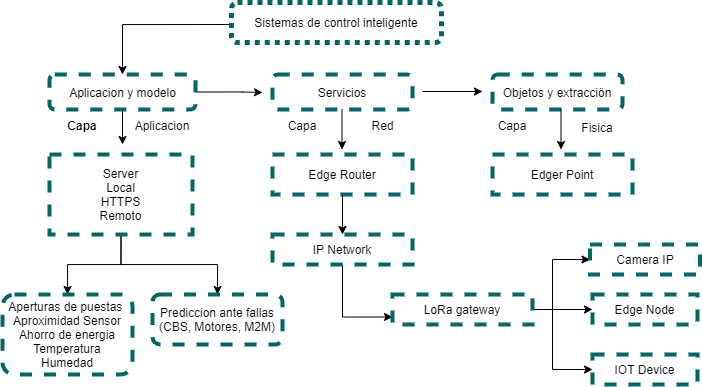
The draw.io diagram IMG/DIAGRAMA.drawio.png in Villalobos39/Sistemas_Programables, before a commit. Source tidied: cells renumbered, new cells last; positions are measured from the earlier drawing's top-left corner, leaving out a move shared by most shapes. Its diagram source:
```xml
<mxGraphModel>
  <root>
    <mxCell id="0" />
    <mxCell id="1" parent="0" />
    <mxCell id="2" style="edgeStyle=orthogonalEdgeStyle;rounded=0;jettySize=auto;html=1;exitX=0;exitY=0.5;exitDx=0;exitDy=0;entryX=0.5;entryY=0;entryDx=0;entryDy=0;" parent="1" edge="1" target="5">
      <mxGeometry relative="1" as="geometry">
        <mxPoint x="247" y="22" as="sourcePoint" />
      </mxGeometry>
    </mxCell>
    <mxCell id="3" style="edgeStyle=orthogonalEdgeStyle;rounded=0;jettySize=auto;html=1;exitX=1;exitY=0.5;exitDx=0;exitDy=0;" parent="1" edge="1" source="5">
      <mxGeometry relative="1" as="geometry">
        <mxPoint x="260" y="90" as="targetPoint" />
        <Array as="points">
          <mxPoint x="240" y="90" />
          <mxPoint x="240" y="90" />
        </Array>
      </mxGeometry>
    </mxCell>
    <mxCell id="4" style="edgeStyle=orthogonalEdgeStyle;rounded=0;jettySize=auto;html=1;exitX=0.5;exitY=1;exitDx=0;exitDy=0;" parent="1" edge="1" source="5">
      <mxGeometry relative="1" as="geometry">
        <mxPoint x="120" y="142" as="targetPoint" />
      </mxGeometry>
    </mxCell>
    <mxCell id="5" style="rounded=1;whiteSpace=wrap;html=1;dashed=1;strokeColor=#006666;strokeWidth=4;" parent="1" vertex="1">
      <mxGeometry x="47" y="72" width="146" height="35" as="geometry" />
    </mxCell>
    <mxCell id="6" value="Aplicacion y modelo" style="text;html=1;align=center;verticalAlign=middle;" parent="1" vertex="1">
      <mxGeometry x="60" y="79.5" width="120" height="20" as="geometry" />
    </mxCell>
    <mxCell id="7" style="endArrow=classic;html=1;" parent="1" edge="1">
      <mxGeometry relative="1" as="geometry">
        <mxPoint x="420" y="89" as="sourcePoint" />
        <mxPoint x="480" y="89" as="targetPoint" />
      </mxGeometry>
    </mxCell>
    <mxCell id="8" value="Servicios" style="rounded=1;whiteSpace=wrap;html=1;dashed=1;strokeColor=#006666;strokeWidth=4;" parent="1" vertex="1">
      <mxGeometry x="270" y="72" width="140" height="35" as="geometry" />
    </mxCell>
    <mxCell id="9" value="Objetos y extracciön" style="rounded=1;whiteSpace=wrap;html=1;dashed=1;strokeColor=#006666;strokeWidth=4;" parent="1" vertex="1">
      <mxGeometry x="490" y="72" width="130" height="35" as="geometry" />
    </mxCell>
    <mxCell id="10" style="endArrow=classic;html=1;" parent="1" edge="1">
      <mxGeometry relative="1" as="geometry">
        <mxPoint x="339.5" y="107" as="sourcePoint" />
        <mxPoint x="339.5" y="147" as="targetPoint" />
      </mxGeometry>
    </mxCell>
    <mxCell id="11" style="endArrow=classic;html=1;" parent="1" edge="1">
      <mxGeometry relative="1" as="geometry">
        <mxPoint x="558.5" y="107" as="sourcePoint" />
        <mxPoint x="558.5" y="147" as="targetPoint" />
      </mxGeometry>
    </mxCell>
    <mxCell id="12" value="Capa" style="text;html=1;strokeColor=none;fillColor=none;align=center;verticalAlign=middle;whiteSpace=wrap;rounded=0;dashed=1;fontStyle=1;labelBackgroundColor=#FFFFFF;fontColor=#030303;" parent="1" vertex="1">
      <mxGeometry x="60" y="113" width="40" height="20" as="geometry" />
    </mxCell>
    <mxCell id="13" value="Red" style="text;html=1;align=center;verticalAlign=middle;fontColor=#030303;labelBackgroundColor=#ffffff;" parent="1" vertex="1">
      <mxGeometry x="360" y="113" width="40" height="20" as="geometry" />
    </mxCell>
    <mxCell id="14" value="&lt;font color=&quot;#030303&quot; style=&quot;background-color: rgb(255 , 255 , 255)&quot;&gt;Aplicacion&lt;/font&gt;" style="text;html=1;strokeColor=none;fillColor=none;align=center;verticalAlign=middle;whiteSpace=wrap;rounded=0;dashed=1;" parent="1" vertex="1">
      <mxGeometry x="140" y="113" width="40" height="20" as="geometry" />
    </mxCell>
    <mxCell id="15" value="Capa" style="text;html=1;strokeColor=none;fillColor=none;align=center;verticalAlign=middle;whiteSpace=wrap;rounded=0;dashed=1;fontColor=#030303;labelBackgroundColor=#FFFFFF;" parent="1" vertex="1">
      <mxGeometry x="280" y="113" width="40" height="20" as="geometry" />
    </mxCell>
    <mxCell id="16" value="&lt;font color=&quot;#030303&quot;&gt;Capa&lt;/font&gt;" style="text;html=1;strokeColor=none;fillColor=none;align=center;verticalAlign=middle;whiteSpace=wrap;rounded=0;dashed=1;labelBackgroundColor=#ffffff;" parent="1" vertex="1">
      <mxGeometry x="490" y="113" width="40" height="20" as="geometry" />
    </mxCell>
    <mxCell id="17" value="Fisica" style="text;html=1;strokeColor=none;fillColor=none;align=center;verticalAlign=middle;whiteSpace=wrap;rounded=0;dashed=1;fontColor=#030303;labelBackgroundColor=#ffffff;" parent="1" vertex="1">
      <mxGeometry x="575" y="115" width="40" height="20" as="geometry" />
    </mxCell>
    <mxCell id="18" style="edgeStyle=orthogonalEdgeStyle;rounded=0;jettySize=auto;html=1;exitX=0.5;exitY=1;exitDx=0;exitDy=0;" parent="1" edge="1" source="20" target="33">
      <mxGeometry relative="1" as="geometry" />
    </mxCell>
    <mxCell id="19" style="edgeStyle=orthogonalEdgeStyle;rounded=0;jettySize=auto;html=1;exitX=0.5;exitY=1;exitDx=0;exitDy=0;entryX=0.5;entryY=0;entryDx=0;entryDy=0;" parent="1" edge="1" source="20" target="34">
      <mxGeometry relative="1" as="geometry" />
    </mxCell>
    <mxCell id="20" value="Server&lt;br&gt;Local&lt;br&gt;HTTPS&lt;br&gt;Remoto" style="rounded=0;whiteSpace=wrap;html=1;dashed=1;strokeColor=#006666;strokeWidth=4;" parent="1" vertex="1">
      <mxGeometry x="47" y="152" width="143" height="80" as="geometry" />
    </mxCell>
    <mxCell id="21" value="Edge Router" style="rounded=0;whiteSpace=wrap;html=1;dashed=1;strokeColor=#006666;strokeWidth=4;" parent="1" vertex="1">
      <mxGeometry x="270" y="152" width="140" height="40" as="geometry" />
    </mxCell>
    <mxCell id="22" value="Edger Point" style="rounded=0;whiteSpace=wrap;html=1;dashed=1;strokeColor=#006666;strokeWidth=4;" parent="1" vertex="1">
      <mxGeometry x="490" y="152" width="140" height="40" as="geometry" />
    </mxCell>
    <mxCell id="23" style="edgeStyle=orthogonalEdgeStyle;rounded=0;jettySize=auto;html=1;exitX=0.5;exitY=1;exitDx=0;exitDy=0;entryX=0;entryY=0.75;entryDx=0;entryDy=0;" parent="1" edge="1" source="24" target="29">
      <mxGeometry relative="1" as="geometry" />
    </mxCell>
    <mxCell id="24" value="IP Network&lt;br&gt;" style="rounded=0;whiteSpace=wrap;html=1;dashed=1;strokeColor=#006666;strokeWidth=4;" parent="1" vertex="1">
      <mxGeometry x="270" y="232" width="140" height="30" as="geometry" />
    </mxCell>
    <mxCell id="25" style="endArrow=classic;html=1;entryX=0.5;entryY=0;entryDx=0;entryDy=0;exitX=0.5;exitY=1;exitDx=0;exitDy=0;" parent="1" edge="1" source="21" target="24">
      <mxGeometry relative="1" as="geometry" />
    </mxCell>
    <mxCell id="26" style="edgeStyle=orthogonalEdgeStyle;rounded=0;jettySize=auto;html=1;exitX=1;exitY=0.5;exitDx=0;exitDy=0;entryX=0;entryY=0.5;entryDx=0;entryDy=0;" parent="1" edge="1" source="29" target="32">
      <mxGeometry relative="1" as="geometry" />
    </mxCell>
    <mxCell id="27" style="edgeStyle=orthogonalEdgeStyle;rounded=0;jettySize=auto;html=1;exitX=1;exitY=0.5;exitDx=0;exitDy=0;entryX=0;entryY=0.5;entryDx=0;entryDy=0;" parent="1" edge="1" source="29" target="31">
      <mxGeometry relative="1" as="geometry">
        <Array as="points">
          <mxPoint x="550" y="307" />
          <mxPoint x="550" y="367" />
        </Array>
      </mxGeometry>
    </mxCell>
    <mxCell id="28" style="edgeStyle=orthogonalEdgeStyle;rounded=0;jettySize=auto;html=1;exitX=1;exitY=0.5;exitDx=0;exitDy=0;entryX=0;entryY=0.5;entryDx=0;entryDy=0;" parent="1" edge="1" source="29" target="30">
      <mxGeometry relative="1" as="geometry">
        <Array as="points">
          <mxPoint x="550" y="307" />
          <mxPoint x="550" y="257" />
        </Array>
      </mxGeometry>
    </mxCell>
    <mxCell id="29" value="&lt;span style=&quot;font-family: &amp;#34;helvetica&amp;#34;&quot;&gt;LoRa gateway&lt;/span&gt;" style="rounded=0;whiteSpace=wrap;html=1;dashed=1;strokeColor=#006666;strokeWidth=4;" parent="1" vertex="1">
      <mxGeometry x="390" y="292" width="140" height="30" as="geometry" />
    </mxCell>
    <mxCell id="30" value="&lt;span style=&quot;font-family: &amp;#34;helvetica&amp;#34;&quot;&gt;Camera IP&lt;/span&gt;" style="rounded=0;whiteSpace=wrap;html=1;dashed=1;strokeColor=#006666;strokeWidth=4;" parent="1" vertex="1">
      <mxGeometry x="587.5" y="242" width="110" height="30" as="geometry" />
    </mxCell>
    <mxCell id="31" value="&lt;span style=&quot;font-family: &amp;#34;helvetica&amp;#34;&quot;&gt;IOT Device&lt;/span&gt;" style="rounded=0;whiteSpace=wrap;html=1;dashed=1;strokeColor=#006666;strokeWidth=4;" parent="1" vertex="1">
      <mxGeometry x="590" y="352" width="105" height="30" as="geometry" />
    </mxCell>
    <mxCell id="32" value="&lt;span style=&quot;font-family: &amp;#34;helvetica&amp;#34;&quot;&gt;Edge Node&lt;/span&gt;" style="rounded=0;whiteSpace=wrap;html=1;dashed=1;strokeColor=#006666;strokeWidth=4;" parent="1" vertex="1">
      <mxGeometry x="590" y="292" width="105" height="30" as="geometry" />
    </mxCell>
    <mxCell id="33" value="&lt;span&gt;Aperturas de puestas&amp;nbsp;&lt;/span&gt;&lt;br&gt;&lt;span&gt;Aproximidad Sensor&lt;/span&gt;&lt;br&gt;&lt;span&gt;Ahorro de energia&lt;/span&gt;&lt;br&gt;&lt;span&gt;Temperatura&lt;/span&gt;&lt;br&gt;&lt;span&gt;Humedad&lt;/span&gt;" style="rounded=1;whiteSpace=wrap;html=1;dashed=1;strokeColor=#006666;strokeWidth=4;" parent="1" vertex="1">
      <mxGeometry y="292" width="130" height="80" as="geometry" />
    </mxCell>
    <mxCell id="34" value="Prediccion ante fallas&lt;br&gt;(CBS, Motores, M2M)" style="rounded=1;whiteSpace=wrap;html=1;dashed=1;strokeColor=#006666;strokeWidth=4;" parent="1" vertex="1">
      <mxGeometry x="150" y="292" width="130" height="50" as="geometry" />
    </mxCell>
    <mxCell id="35" value="&lt;span&gt;Sistemas de control inteligente&lt;/span&gt;" style="rounded=1;whiteSpace=wrap;html=1;dashed=1;dashPattern=1 1;strokeWidth=5;strokeColor=#006666;" parent="1" vertex="1">
      <mxGeometry x="229" width="210" height="40" as="geometry" />
    </mxCell>
  </root>
</mxGraphModel>
```
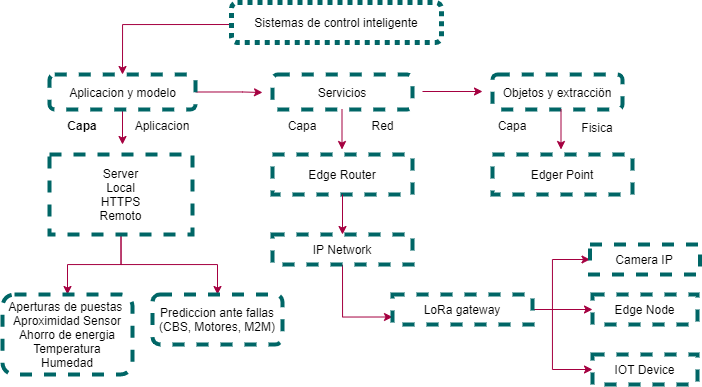
The same diagram one commit later.

What changed in the source:
```diff
@@ -2,12 +2,12 @@
   <root>
     <mxCell id="0" />
     <mxCell id="1" parent="0" />
-    <mxCell id="2" style="edgeStyle=orthogonalEdgeStyle;rounded=0;jettySize=auto;html=1;exitX=0;exitY=0.5;exitDx=0;exitDy=0;entryX=0.5;entryY=0;entryDx=0;entryDy=0;" parent="1" edge="1" target="5">
+    <mxCell id="2" style="edgeStyle=orthogonalEdgeStyle;rounded=0;jettySize=auto;html=1;exitX=0;exitY=0.5;exitDx=0;exitDy=0;entryX=0.5;entryY=0;entryDx=0;entryDy=0;fillColor=#d80073;strokeColor=#A50040;" parent="1" edge="1" target="5">
       <mxGeometry relative="1" as="geometry">
         <mxPoint x="247" y="22" as="sourcePoint" />
       </mxGeometry>
     </mxCell>
-    <mxCell id="3" style="edgeStyle=orthogonalEdgeStyle;rounded=0;jettySize=auto;html=1;exitX=1;exitY=0.5;exitDx=0;exitDy=0;" parent="1" edge="1" source="5">
+    <mxCell id="3" style="edgeStyle=orthogonalEdgeStyle;rounded=0;jettySize=auto;html=1;exitX=1;exitY=0.5;exitDx=0;exitDy=0;fillColor=#d80073;strokeColor=#A50040;" parent="1" edge="1" source="5">
       <mxGeometry relative="1" as="geometry">
         <mxPoint x="260" y="90" as="targetPoint" />
         <Array as="points">
@@ -16,7 +16,7 @@
         </Array>
       </mxGeometry>
     </mxCell>
-    <mxCell id="4" style="edgeStyle=orthogonalEdgeStyle;rounded=0;jettySize=auto;html=1;exitX=0.5;exitY=1;exitDx=0;exitDy=0;" parent="1" edge="1" source="5">
+    <mxCell id="4" style="edgeStyle=orthogonalEdgeStyle;rounded=0;jettySize=auto;html=1;exitX=0.5;exitY=1;exitDx=0;exitDy=0;fillColor=#d80073;strokeColor=#A50040;" parent="1" edge="1" source="5">
       <mxGeometry relative="1" as="geometry">
         <mxPoint x="120" y="142" as="targetPoint" />
       </mxGeometry>
@@ -27,7 +27,7 @@
     <mxCell id="6" value="Aplicacion y modelo" style="text;html=1;align=center;verticalAlign=middle;" parent="1" vertex="1">
       <mxGeometry x="60" y="79.5" width="120" height="20" as="geometry" />
     </mxCell>
-    <mxCell id="7" style="endArrow=classic;html=1;" parent="1" edge="1">
+    <mxCell id="7" style="endArrow=classic;html=1;fillColor=#d80073;strokeColor=#A50040;" parent="1" edge="1">
       <mxGeometry relative="1" as="geometry">
         <mxPoint x="420" y="89" as="sourcePoint" />
         <mxPoint x="480" y="89" as="targetPoint" />
@@ -39,13 +39,13 @@
     <mxCell id="9" value="Objetos y extracciön" style="rounded=1;whiteSpace=wrap;html=1;dashed=1;strokeColor=#006666;strokeWidth=4;" parent="1" vertex="1">
       <mxGeometry x="490" y="72" width="130" height="35" as="geometry" />
     </mxCell>
-    <mxCell id="10" style="endArrow=classic;html=1;" parent="1" edge="1">
+    <mxCell id="10" style="endArrow=classic;html=1;fillColor=#d80073;strokeColor=#A50040;" parent="1" edge="1">
       <mxGeometry relative="1" as="geometry">
         <mxPoint x="339.5" y="107" as="sourcePoint" />
         <mxPoint x="339.5" y="147" as="targetPoint" />
       </mxGeometry>
     </mxCell>
-    <mxCell id="11" style="endArrow=classic;html=1;" parent="1" edge="1">
+    <mxCell id="11" style="endArrow=classic;html=1;fillColor=#d80073;strokeColor=#A50040;" parent="1" edge="1">
       <mxGeometry relative="1" as="geometry">
         <mxPoint x="558.5" y="107" as="sourcePoint" />
         <mxPoint x="558.5" y="147" as="targetPoint" />
@@ -69,10 +69,10 @@
     <mxCell id="17" value="Fisica" style="text;html=1;strokeColor=none;fillColor=none;align=center;verticalAlign=middle;whiteSpace=wrap;rounded=0;dashed=1;fontColor=#030303;labelBackgroundColor=#ffffff;" parent="1" vertex="1">
       <mxGeometry x="575" y="115" width="40" height="20" as="geometry" />
     </mxCell>
-    <mxCell id="18" style="edgeStyle=orthogonalEdgeStyle;rounded=0;jettySize=auto;html=1;exitX=0.5;exitY=1;exitDx=0;exitDy=0;" parent="1" edge="1" source="20" target="33">
+    <mxCell id="18" style="edgeStyle=orthogonalEdgeStyle;rounded=0;jettySize=auto;html=1;exitX=0.5;exitY=1;exitDx=0;exitDy=0;fillColor=#d80073;strokeColor=#A50040;" parent="1" edge="1" source="20" target="33">
       <mxGeometry relative="1" as="geometry" />
     </mxCell>
-    <mxCell id="19" style="edgeStyle=orthogonalEdgeStyle;rounded=0;jettySize=auto;html=1;exitX=0.5;exitY=1;exitDx=0;exitDy=0;entryX=0.5;entryY=0;entryDx=0;entryDy=0;" parent="1" edge="1" source="20" target="34">
+    <mxCell id="19" style="edgeStyle=orthogonalEdgeStyle;rounded=0;jettySize=auto;html=1;exitX=0.5;exitY=1;exitDx=0;exitDy=0;entryX=0.5;entryY=0;entryDx=0;entryDy=0;fillColor=#d80073;strokeColor=#A50040;" parent="1" edge="1" source="20" target="34">
       <mxGeometry relative="1" as="geometry" />
     </mxCell>
     <mxCell id="20" value="Server&lt;br&gt;Local&lt;br&gt;HTTPS&lt;br&gt;Remoto" style="rounded=0;whiteSpace=wrap;html=1;dashed=1;strokeColor=#006666;strokeWidth=4;" parent="1" vertex="1">
@@ -84,19 +84,19 @@
     <mxCell id="22" value="Edger Point" style="rounded=0;whiteSpace=wrap;html=1;dashed=1;strokeColor=#006666;strokeWidth=4;" parent="1" vertex="1">
       <mxGeometry x="490" y="152" width="140" height="40" as="geometry" />
     </mxCell>
-    <mxCell id="23" style="edgeStyle=orthogonalEdgeStyle;rounded=0;jettySize=auto;html=1;exitX=0.5;exitY=1;exitDx=0;exitDy=0;entryX=0;entryY=0.75;entryDx=0;entryDy=0;" parent="1" edge="1" source="24" target="29">
+    <mxCell id="23" style="edgeStyle=orthogonalEdgeStyle;rounded=0;jettySize=auto;html=1;exitX=0.5;exitY=1;exitDx=0;exitDy=0;entryX=0;entryY=0.75;entryDx=0;entryDy=0;fillColor=#d80073;strokeColor=#A50040;" parent="1" edge="1" source="24" target="29">
       <mxGeometry relative="1" as="geometry" />
     </mxCell>
     <mxCell id="24" value="IP Network&lt;br&gt;" style="rounded=0;whiteSpace=wrap;html=1;dashed=1;strokeColor=#006666;strokeWidth=4;" parent="1" vertex="1">
       <mxGeometry x="270" y="232" width="140" height="30" as="geometry" />
     </mxCell>
-    <mxCell id="25" style="endArrow=classic;html=1;entryX=0.5;entryY=0;entryDx=0;entryDy=0;exitX=0.5;exitY=1;exitDx=0;exitDy=0;" parent="1" edge="1" source="21" target="24">
+    <mxCell id="25" style="endArrow=classic;html=1;entryX=0.5;entryY=0;entryDx=0;entryDy=0;exitX=0.5;exitY=1;exitDx=0;exitDy=0;fillColor=#d80073;strokeColor=#A50040;" parent="1" edge="1" source="21" target="24">
       <mxGeometry relative="1" as="geometry" />
     </mxCell>
-    <mxCell id="26" style="edgeStyle=orthogonalEdgeStyle;rounded=0;jettySize=auto;html=1;exitX=1;exitY=0.5;exitDx=0;exitDy=0;entryX=0;entryY=0.5;entryDx=0;entryDy=0;" parent="1" edge="1" source="29" target="32">
+    <mxCell id="26" style="edgeStyle=orthogonalEdgeStyle;rounded=0;jettySize=auto;html=1;exitX=1;exitY=0.5;exitDx=0;exitDy=0;entryX=0;entryY=0.5;entryDx=0;entryDy=0;fillColor=#d80073;strokeColor=#A50040;" parent="1" edge="1" source="29" target="32">
       <mxGeometry relative="1" as="geometry" />
     </mxCell>
-    <mxCell id="27" style="edgeStyle=orthogonalEdgeStyle;rounded=0;jettySize=auto;html=1;exitX=1;exitY=0.5;exitDx=0;exitDy=0;entryX=0;entryY=0.5;entryDx=0;entryDy=0;" parent="1" edge="1" source="29" target="31">
+    <mxCell id="27" style="edgeStyle=orthogonalEdgeStyle;rounded=0;jettySize=auto;html=1;exitX=1;exitY=0.5;exitDx=0;exitDy=0;entryX=0;entryY=0.5;entryDx=0;entryDy=0;fillColor=#d80073;strokeColor=#A50040;" parent="1" edge="1" source="29" target="31">
       <mxGeometry relative="1" as="geometry">
         <Array as="points">
           <mxPoint x="550" y="307" />
@@ -104,7 +104,7 @@
         </Array>
       </mxGeometry>
     </mxCell>
-    <mxCell id="28" style="edgeStyle=orthogonalEdgeStyle;rounded=0;jettySize=auto;html=1;exitX=1;exitY=0.5;exitDx=0;exitDy=0;entryX=0;entryY=0.5;entryDx=0;entryDy=0;" parent="1" edge="1" source="29" target="30">
+    <mxCell id="28" style="edgeStyle=orthogonalEdgeStyle;rounded=0;jettySize=auto;html=1;exitX=1;exitY=0.5;exitDx=0;exitDy=0;entryX=0;entryY=0.5;entryDx=0;entryDy=0;fillColor=#d80073;strokeColor=#A50040;" parent="1" edge="1" source="29" target="30">
       <mxGeometry relative="1" as="geometry">
         <Array as="points">
           <mxPoint x="550" y="307" />
```
